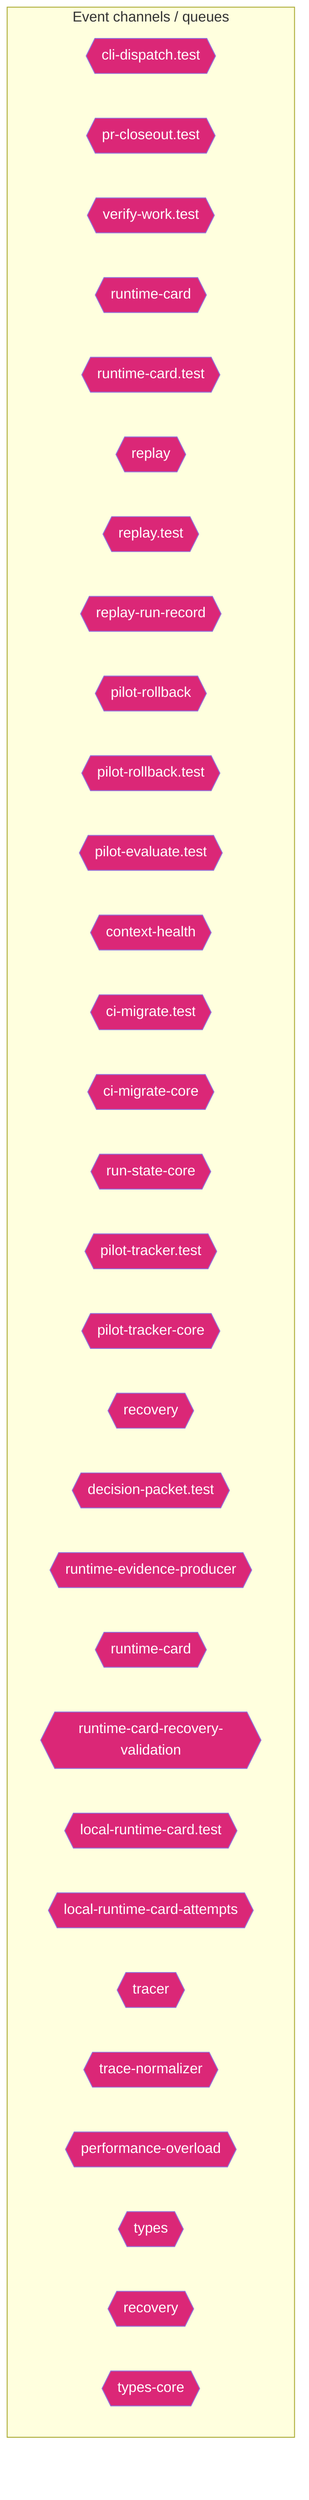
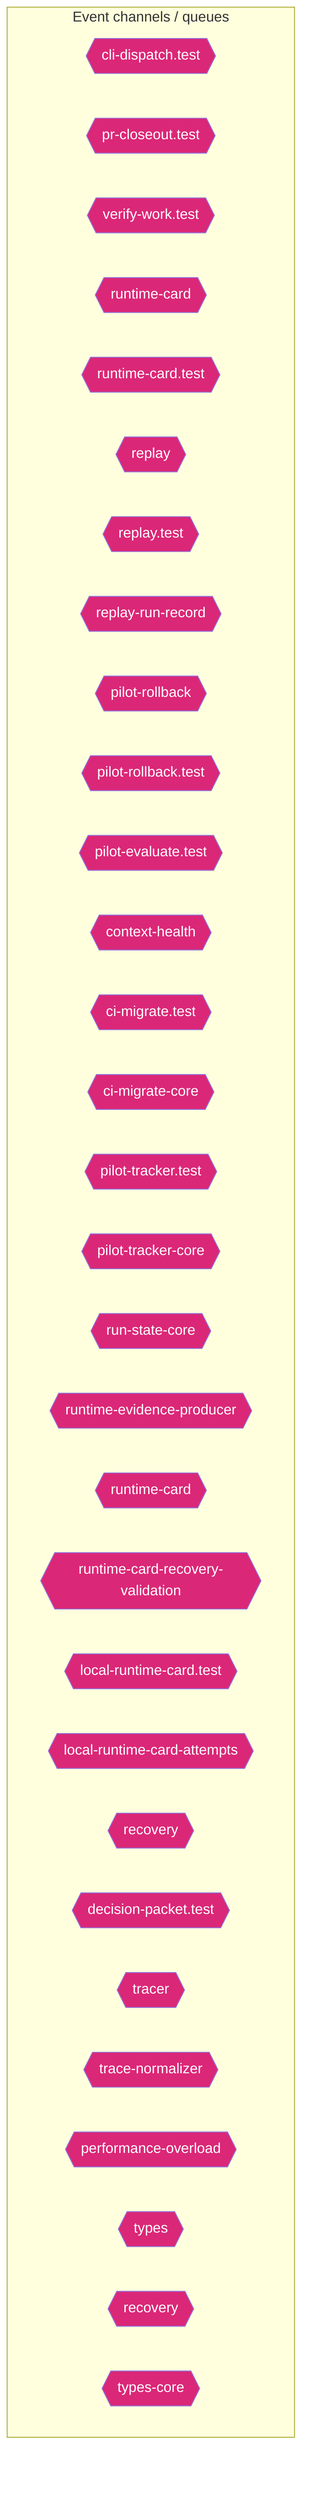
flowchart TD
  subgraph Channels["Event channels / queues"]
    cli_dispatch_test_54c9f17b{{"cli-dispatch.test"}}
    pr_closeout_test_12a1ffdd{{"pr-closeout.test"}}
    verify_work_test_0e12f6c5{{"verify-work.test"}}
    runtime_card_e06b53e1{{"runtime-card"}}
    runtime_card_test_af812837{{"runtime-card.test"}}
    replay_ac203c98{{"replay"}}
    replay_test_935f7436{{"replay.test"}}
    replay_run_record_9a08cce2{{"replay-run-record"}}
    pilot_rollback_00c1f82c{{"pilot-rollback"}}
    pilot_rollback_test_e61d5a2b{{"pilot-rollback.test"}}
    pilot_evaluate_test_a2ac06fc{{"pilot-evaluate.test"}}
    context_health_80bb7da9{{"context-health"}}
    ci_migrate_test_2a015bb9{{"ci-migrate.test"}}
    ci_migrate_core_7005b5af{{"ci-migrate-core"}}
-     run_state_core_25a955bc{{"run-state-core"}}
    pilot_tracker_test_80398a66{{"pilot-tracker.test"}}
    pilot_tracker_core_80d8ac96{{"pilot-tracker-core"}}
-     recovery_8c585378{{"recovery"}}
-     decision_packet_test_9ea0e97b{{"decision-packet.test"}}
+     run_state_core_25a955bc{{"run-state-core"}}
    runtime_evidence_producer_ea388cb5{{"runtime-evidence-producer"}}
    runtime_card_1_465a49d2{{"runtime-card"}}
    runtime_card_recovery_validation_e216d883{{"runtime-card-recovery-validation"}}
    local_runtime_card_test_b508222b{{"local-runtime-card.test"}}
    local_runtime_card_attempts_28aa46ea{{"local-runtime-card-attempts"}}
+     recovery_8c585378{{"recovery"}}
+     decision_packet_test_9ea0e97b{{"decision-packet.test"}}
    tracer_1e6243a2{{"tracer"}}
    trace_normalizer_cb1be1d2{{"trace-normalizer"}}
    performance_overload_c685bfcf{{"performance-overload"}}
-     types_7_2f1ed65e{{"types"}}
+     types_8_f6283648{{"types"}}
    recovery_1_4d1804ab{{"recovery"}}
    types_core_e405ddca{{"types-core"}}
  end
  classDef eventNode fill:#db2777,color:#fff
-   class cli_dispatch_test_54c9f17b,pr_closeout_test_12a1ffdd,verify_work_test_0e12f6c5,runtime_card_e06b53e1,runtime_card_test_af812837,replay_ac203c98,replay_test_935f7436,replay_run_record_9a08cce2,pilot_rollback_00c1f82c,pilot_rollback_test_e61d5a2b,pilot_evaluate_test_a2ac06fc,context_health_80bb7da9,ci_migrate_test_2a015bb9,ci_migrate_core_7005b5af,run_state_core_25a955bc,pilot_tracker_test_80398a66,pilot_tracker_core_80d8ac96,recovery_8c585378,decision_packet_test_9ea0e97b,runtime_evidence_producer_ea388cb5,runtime_card_1_465a49d2,runtime_card_recovery_validation_e216d883,local_runtime_card_test_b508222b,local_runtime_card_attempts_28aa46ea,tracer_1e6243a2,trace_normalizer_cb1be1d2,performance_overload_c685bfcf,types_7_2f1ed65e,recovery_1_4d1804ab,types_core_e405ddca eventNode
+   class cli_dispatch_test_54c9f17b,pr_closeout_test_12a1ffdd,verify_work_test_0e12f6c5,runtime_card_e06b53e1,runtime_card_test_af812837,replay_ac203c98,replay_test_935f7436,replay_run_record_9a08cce2,pilot_rollback_00c1f82c,pilot_rollback_test_e61d5a2b,pilot_evaluate_test_a2ac06fc,context_health_80bb7da9,ci_migrate_test_2a015bb9,ci_migrate_core_7005b5af,pilot_tracker_test_80398a66,pilot_tracker_core_80d8ac96,run_state_core_25a955bc,runtime_evidence_producer_ea388cb5,runtime_card_1_465a49d2,runtime_card_recovery_validation_e216d883,local_runtime_card_test_b508222b,local_runtime_card_attempts_28aa46ea,recovery_8c585378,decision_packet_test_9ea0e97b,tracer_1e6243a2,trace_normalizer_cb1be1d2,performance_overload_c685bfcf,types_8_f6283648,recovery_1_4d1804ab,types_core_e405ddca eventNode
